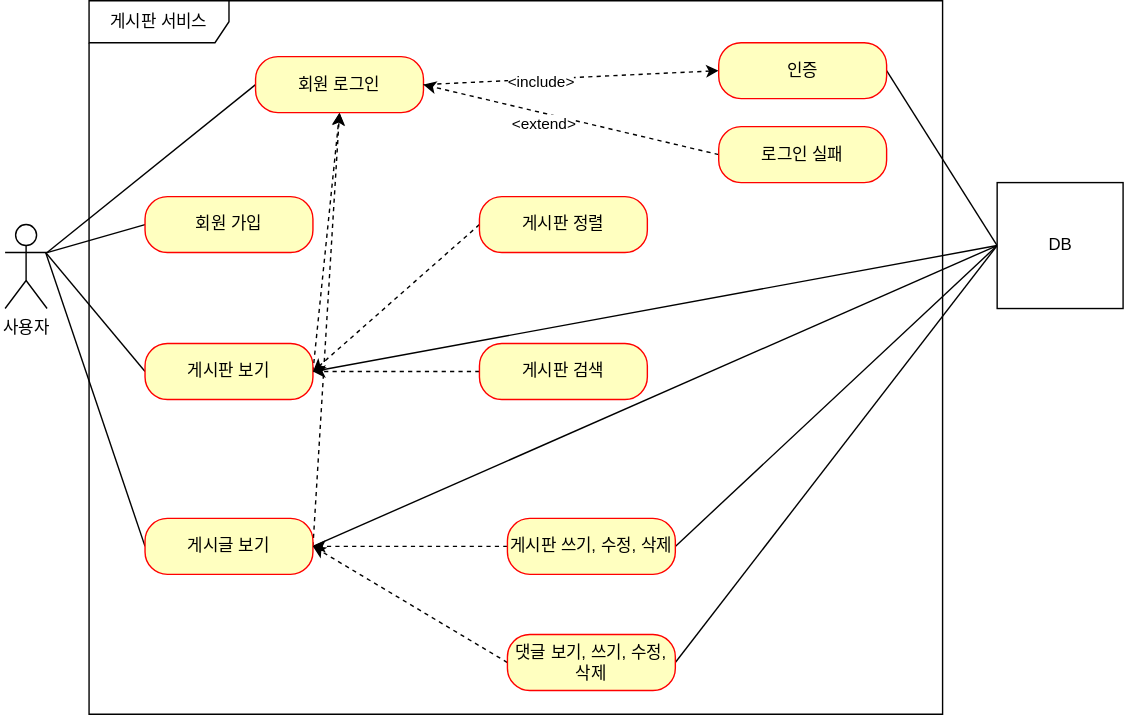
Earlier version of the draw.io export document/use-case.svg (Swacker3927/fastcampus-board-project). Source tidied: cells renumbered, new cells last; positions are measured from the earlier drawing's top-left corner, leaving out a move shared by most shapes.
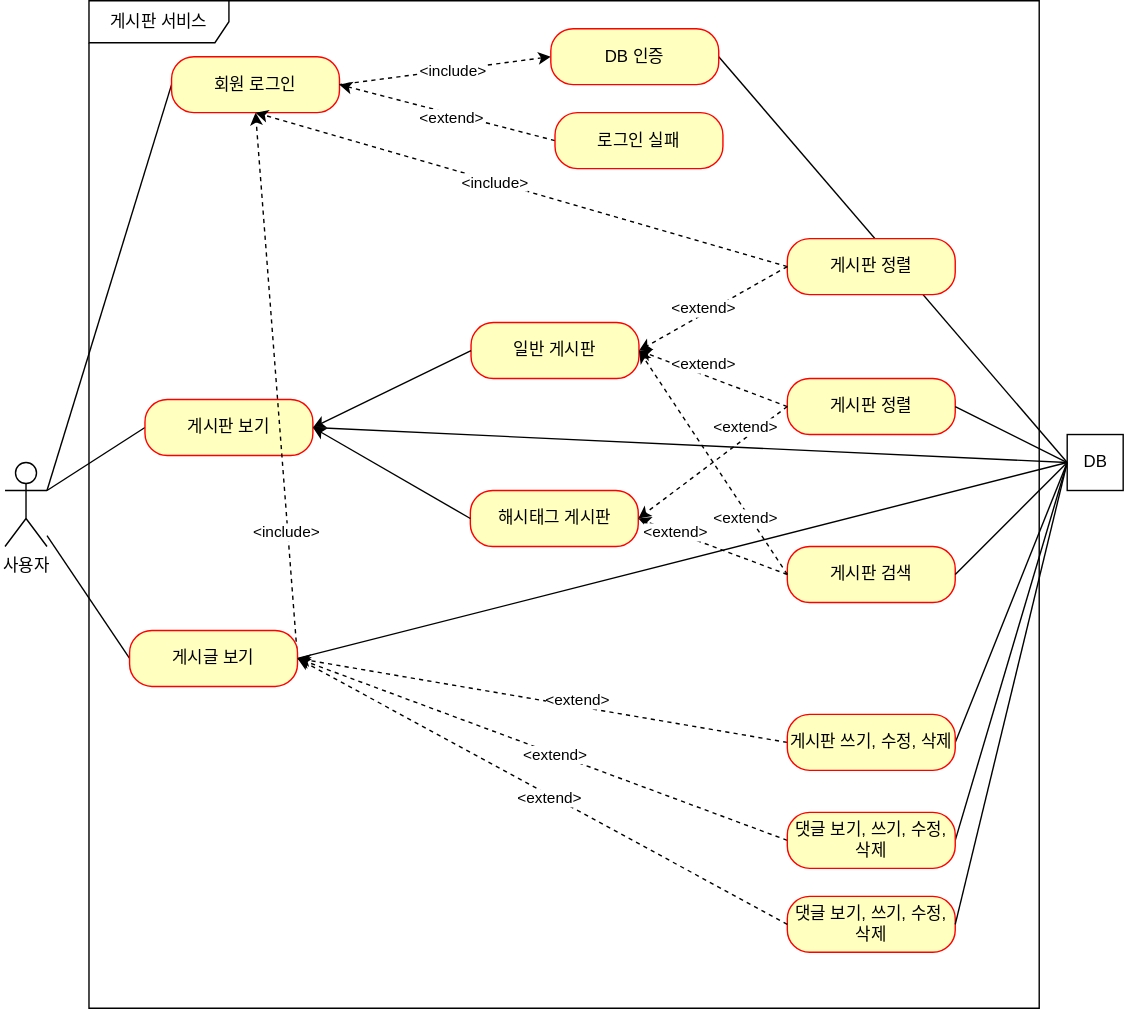
After the commit.

Commit message:
#36 - use-case.svg: 현재 서비스 상황에 맞춰 업데이트

The edit, as a diff of the source:
```diff
@@ -3,35 +3,22 @@
     <mxCell id="0" />
     <mxCell id="1" parent="0" />
     <mxCell id="2" value="사용자" style="shape=umlActor;verticalLabelPosition=bottom;verticalAlign=top;html=1;" parent="1" vertex="1">
-      <mxGeometry y="160" width="30" height="60" as="geometry" />
+      <mxGeometry y="330" width="30" height="60" as="geometry" />
     </mxCell>
     <mxCell id="3" value="게시판 서비스" style="shape=umlFrame;whiteSpace=wrap;html=1;width=100;height=30;" parent="1" vertex="1">
-      <mxGeometry x="60" width="610" height="510" as="geometry" />
+      <mxGeometry x="60" width="679" height="720" as="geometry" />
     </mxCell>
-    <mxCell id="4" style="rounded=0;jettySize=auto;html=1;exitX=0;exitY=0.5;exitDx=0;exitDy=0;entryX=1;entryY=0.3333333333333333;entryDx=0;entryDy=0;entryPerimeter=0;startArrow=none;startFill=0;endArrow=none;endFill=0;" parent="1" edge="1" source="5" target="2">
-      <mxGeometry relative="1" as="geometry" />
-    </mxCell>
-    <mxCell id="5" value="회원 가입" style="rounded=1;whiteSpace=wrap;html=1;arcSize=40;fontColor=#000000;fillColor=#ffffc0;strokeColor=#ff0000;" parent="1" vertex="1">
-      <mxGeometry x="100" y="140" width="120" height="40" as="geometry" />
-    </mxCell>
-    <mxCell id="6" style="edgeStyle=none;rounded=0;jettySize=auto;html=1;exitX=0;exitY=0.5;exitDx=0;exitDy=0;startArrow=none;startFill=0;endArrow=none;endFill=0;" parent="1" edge="1" source="9">
-      <mxGeometry relative="1" as="geometry">
-        <mxPoint x="29" y="180" as="targetPoint" />
-      </mxGeometry>
+    <mxCell id="6" style="edgeStyle=none;rounded=0;jettySize=auto;html=1;exitX=0;exitY=0.5;exitDx=0;exitDy=0;startArrow=none;startFill=0;endArrow=none;endFill=0;entryX=1;entryY=0.3333333333333333;entryDx=0;entryDy=0;entryPerimeter=0;" parent="1" edge="1" source="9" target="2">
+      <mxGeometry relative="1" as="geometry" />
     </mxCell>
-    <mxCell id="7" style="edgeStyle=none;rounded=0;jettySize=auto;html=1;exitX=1;exitY=0.5;exitDx=0;exitDy=0;entryX=0.5;entryY=1;entryDx=0;entryDy=0;dashed=1;startArrow=none;startFill=0;endArrow=classic;endFill=1;" parent="1" edge="1" source="9" target="15">
-      <mxGeometry relative="1" as="geometry" />
-    </mxCell>
     <mxCell id="8" style="edgeStyle=none;rounded=0;jettySize=auto;html=1;exitX=1;exitY=0.5;exitDx=0;exitDy=0;entryX=0;entryY=0.5;entryDx=0;entryDy=0;endArrow=none;endFill=0;" parent="1" edge="1" source="9" target="33">
       <mxGeometry relative="1" as="geometry" />
     </mxCell>
     <mxCell id="9" value="게시판 보기" style="rounded=1;whiteSpace=wrap;html=1;arcSize=40;fontColor=#000000;fillColor=#ffffc0;strokeColor=#ff0000;" parent="1" vertex="1">
-      <mxGeometry x="100" y="245" width="120" height="40" as="geometry" />
+      <mxGeometry x="100" y="285" width="120" height="40" as="geometry" />
     </mxCell>
-    <mxCell id="10" style="edgeStyle=none;rounded=0;jettySize=auto;html=1;exitX=0;exitY=0.5;exitDx=0;exitDy=0;startArrow=none;startFill=0;endArrow=none;endFill=0;" parent="1" edge="1" source="13">
-      <mxGeometry relative="1" as="geometry">
-        <mxPoint x="29" y="180" as="targetPoint" />
-      </mxGeometry>
+    <mxCell id="10" style="edgeStyle=none;rounded=0;jettySize=auto;html=1;exitX=0;exitY=0.5;exitDx=0;exitDy=0;startArrow=none;startFill=0;endArrow=none;endFill=0;" parent="1" edge="1" source="13" target="2">
+      <mxGeometry relative="1" as="geometry" />
     </mxCell>
     <mxCell id="11" style="edgeStyle=none;rounded=0;jettySize=auto;html=1;exitX=1;exitY=0.5;exitDx=0;exitDy=0;dashed=1;startArrow=none;startFill=0;endArrow=classic;endFill=1;entryX=0.5;entryY=1;entryDx=0;entryDy=0;" parent="1" edge="1" source="13" target="15">
       <mxGeometry relative="1" as="geometry" />
@@ -40,50 +27,44 @@
       <mxGeometry relative="1" as="geometry" />
     </mxCell>
     <mxCell id="13" value="게시글 보기" style="rounded=1;whiteSpace=wrap;html=1;arcSize=40;fontColor=#000000;fillColor=#ffffc0;strokeColor=#ff0000;" parent="1" vertex="1">
-      <mxGeometry x="100" y="370" width="120" height="40" as="geometry" />
+      <mxGeometry x="89" y="450" width="120" height="40" as="geometry" />
     </mxCell>
     <mxCell id="14" style="edgeStyle=none;rounded=0;jettySize=auto;html=1;exitX=0;exitY=0.5;exitDx=0;exitDy=0;startArrow=none;startFill=0;endArrow=none;endFill=0;entryX=1;entryY=0.3333333333333333;entryDx=0;entryDy=0;entryPerimeter=0;" parent="1" edge="1" source="15" target="2">
       <mxGeometry relative="1" as="geometry" />
     </mxCell>
     <mxCell id="15" value="회원 로그인" style="rounded=1;whiteSpace=wrap;html=1;arcSize=40;fontColor=#000000;fillColor=#ffffc0;strokeColor=#ff0000;" parent="1" vertex="1">
-      <mxGeometry x="179" y="40" width="120" height="40" as="geometry" />
+      <mxGeometry x="119" y="40" width="120" height="40" as="geometry" />
     </mxCell>
     <mxCell id="16" style="edgeStyle=none;rounded=0;jettySize=auto;html=1;exitX=0;exitY=0.5;exitDx=0;exitDy=0;entryX=1;entryY=0.5;entryDx=0;entryDy=0;startArrow=classic;startFill=1;endArrow=none;endFill=0;dashed=1;" parent="1" edge="1" source="19" target="15">
       <mxGeometry relative="1" as="geometry" />
     </mxCell>
     <mxCell id="17" value="&amp;lt;include&amp;gt;" style="edgeLabel;html=1;align=center;verticalAlign=middle;" parent="16" vertex="1">
       <mxGeometry x="0.47" y="2" relative="1" as="geometry">
-        <mxPoint x="28" y="-2" as="offset" />
+        <mxPoint x="40" y="-7" as="offset" />
       </mxGeometry>
     </mxCell>
     <mxCell id="18" style="rounded=0;jettySize=auto;html=1;exitX=1;exitY=0.5;exitDx=0;exitDy=0;entryX=0;entryY=0.5;entryDx=0;entryDy=0;endArrow=none;endFill=0;" parent="1" edge="1" source="19" target="33">
       <mxGeometry relative="1" as="geometry" />
     </mxCell>
-    <mxCell id="19" value="인증" style="rounded=1;whiteSpace=wrap;html=1;arcSize=40;fontColor=#000000;fillColor=#ffffc0;strokeColor=#ff0000;" parent="1" vertex="1">
-      <mxGeometry x="510" y="30" width="120" height="40" as="geometry" />
+    <mxCell id="19" value="DB 인증" style="rounded=1;whiteSpace=wrap;html=1;arcSize=40;fontColor=#000000;fillColor=#ffffc0;strokeColor=#ff0000;" parent="1" vertex="1">
+      <mxGeometry x="390" y="20" width="120" height="40" as="geometry" />
     </mxCell>
     <mxCell id="20" style="edgeStyle=none;rounded=0;jettySize=auto;html=1;exitX=0;exitY=0.5;exitDx=0;exitDy=0;startArrow=none;startFill=0;endArrow=classic;endFill=1;entryX=1;entryY=0.5;entryDx=0;entryDy=0;dashed=1;" parent="1" edge="1" source="22" target="15">
       <mxGeometry relative="1" as="geometry" />
     </mxCell>
     <mxCell id="21" value="&amp;lt;extend&amp;gt;" style="edgeLabel;html=1;align=center;verticalAlign=middle;" parent="20" vertex="1">
       <mxGeometry x="0.26" y="2" relative="1" as="geometry">
-        <mxPoint x="7" y="7" as="offset" />
+        <mxPoint x="23" y="7" as="offset" />
       </mxGeometry>
     </mxCell>
     <mxCell id="22" value="로그인 실패" style="rounded=1;whiteSpace=wrap;html=1;arcSize=40;fontColor=#000000;fillColor=#ffffc0;strokeColor=#ff0000;" parent="1" vertex="1">
-      <mxGeometry x="510" y="90" width="120" height="40" as="geometry" />
+      <mxGeometry x="393" y="80" width="120" height="40" as="geometry" />
     </mxCell>
-    <mxCell id="23" style="edgeStyle=none;rounded=0;jettySize=auto;html=1;exitX=0;exitY=0.5;exitDx=0;exitDy=0;entryX=1;entryY=0.5;entryDx=0;entryDy=0;dashed=1;startArrow=none;startFill=0;endArrow=classic;endFill=1;" parent="1" edge="1" source="24" target="9">
-      <mxGeometry relative="1" as="geometry" />
-    </mxCell>
     <mxCell id="24" value="게시판 정렬" style="rounded=1;whiteSpace=wrap;html=1;arcSize=40;fontColor=#000000;fillColor=#ffffc0;strokeColor=#ff0000;" parent="1" vertex="1">
-      <mxGeometry x="339" y="140" width="120" height="40" as="geometry" />
+      <mxGeometry x="559" y="270" width="120" height="40" as="geometry" />
     </mxCell>
-    <mxCell id="25" style="edgeStyle=none;rounded=0;jettySize=auto;html=1;exitX=0;exitY=0.5;exitDx=0;exitDy=0;dashed=1;startArrow=none;startFill=0;endArrow=classic;endFill=1;entryX=1;entryY=0.5;entryDx=0;entryDy=0;" parent="1" edge="1" source="26" target="9">
-      <mxGeometry relative="1" as="geometry" />
-    </mxCell>
     <mxCell id="26" value="게시판 검색" style="rounded=1;whiteSpace=wrap;html=1;arcSize=40;fontColor=#000000;fillColor=#ffffc0;strokeColor=#ff0000;" parent="1" vertex="1">
-      <mxGeometry x="339" y="245" width="120" height="40" as="geometry" />
+      <mxGeometry x="559" y="390" width="120" height="40" as="geometry" />
     </mxCell>
     <mxCell id="27" style="edgeStyle=none;rounded=0;jettySize=auto;html=1;exitX=0;exitY=0.5;exitDx=0;exitDy=0;entryX=1;entryY=0.5;entryDx=0;entryDy=0;dashed=1;startArrow=none;startFill=0;endArrow=classic;endFill=1;" parent="1" edge="1" source="29" target="13">
       <mxGeometry relative="1" as="geometry" />
@@ -92,7 +73,7 @@
       <mxGeometry relative="1" as="geometry" />
     </mxCell>
     <mxCell id="29" value="게시판 쓰기, 수정, 삭제" style="rounded=1;whiteSpace=wrap;html=1;arcSize=40;fontColor=#000000;fillColor=#ffffc0;strokeColor=#ff0000;" parent="1" vertex="1">
-      <mxGeometry x="359" y="370" width="120" height="40" as="geometry" />
+      <mxGeometry x="559" y="510" width="120" height="40" as="geometry" />
     </mxCell>
     <mxCell id="30" style="edgeStyle=none;rounded=0;jettySize=auto;html=1;exitX=0;exitY=0.5;exitDx=0;exitDy=0;entryX=1;entryY=0.5;entryDx=0;entryDy=0;dashed=1;startArrow=none;startFill=0;endArrow=classic;endFill=1;" parent="1" edge="1" source="32" target="13">
       <mxGeometry relative="1" as="geometry" />
@@ -101,10 +82,92 @@
       <mxGeometry relative="1" as="geometry" />
     </mxCell>
     <mxCell id="32" value="댓글 보기, 쓰기, 수정, 삭제" style="rounded=1;whiteSpace=wrap;html=1;arcSize=40;fontColor=#000000;fillColor=#ffffc0;strokeColor=#ff0000;" parent="1" vertex="1">
-      <mxGeometry x="359" y="453" width="120" height="40" as="geometry" />
+      <mxGeometry x="559" y="580" width="120" height="40" as="geometry" />
     </mxCell>
     <mxCell id="33" value="DB" style="html=1;" parent="1" vertex="1">
-      <mxGeometry x="709" y="130" width="90" height="90" as="geometry" />
+      <mxGeometry x="759" y="310" width="40" height="40" as="geometry" />
     </mxCell>
+    <mxCell id="34" value="&amp;lt;include&amp;gt;" style="edgeLabel;html=1;align=center;verticalAlign=middle;" parent="1" vertex="1">
+      <mxGeometry x="239" y="420" as="geometry">
+        <mxPoint x="-38" y="-41" as="offset" />
+      </mxGeometry>
+    </mxCell>
+    <mxCell id="35" style="endArrow=none;html=1;rounded=0;entryX=0;entryY=0.5;entryDx=0;entryDy=0;exitX=1;exitY=0.5;exitDx=0;exitDy=0;" parent="1" edge="1" source="24" target="33">
+      <mxGeometry relative="1" as="geometry" />
+    </mxCell>
+    <mxCell id="36" style="endArrow=none;html=1;rounded=0;entryX=0;entryY=0.5;entryDx=0;entryDy=0;exitX=1;exitY=0.5;exitDx=0;exitDy=0;" parent="1" edge="1" source="26" target="33">
+      <mxGeometry relative="1" as="geometry" />
+    </mxCell>
+    <mxCell id="37" value="일반&amp;nbsp;게시판" style="rounded=1;whiteSpace=wrap;html=1;arcSize=40;fontColor=#000000;fillColor=#ffffc0;strokeColor=#ff0000;" parent="1" vertex="1">
+      <mxGeometry x="333" y="230" width="120" height="40" as="geometry" />
+    </mxCell>
+    <mxCell id="38" value="해시태그 게시판" style="rounded=1;whiteSpace=wrap;html=1;arcSize=40;fontColor=#000000;fillColor=#ffffc0;strokeColor=#ff0000;" parent="1" vertex="1">
+      <mxGeometry x="332.5" y="350" width="120" height="40" as="geometry" />
+    </mxCell>
+    <mxCell id="39" style="endArrow=classic;html=1;rounded=0;entryX=1;entryY=0.5;entryDx=0;entryDy=0;exitX=0;exitY=0.5;exitDx=0;exitDy=0;" parent="1" edge="1" source="37" target="9">
+      <mxGeometry relative="1" as="geometry" />
+    </mxCell>
+    <mxCell id="40" style="endArrow=classic;html=1;rounded=0;entryX=1;entryY=0.5;entryDx=0;entryDy=0;exitX=0;exitY=0.5;exitDx=0;exitDy=0;" parent="1" edge="1" source="38" target="9">
+      <mxGeometry relative="1" as="geometry" />
+    </mxCell>
+    <mxCell id="41" value="&amp;lt;extend&amp;gt;" style="edgeLabel;html=1;align=center;verticalAlign=middle;" parent="1" vertex="1">
+      <mxGeometry x="409" y="500" as="geometry" />
+    </mxCell>
+    <mxCell id="42" value="&amp;lt;extend&amp;gt;" style="edgeLabel;html=1;align=center;verticalAlign=middle;" parent="1" vertex="1">
+      <mxGeometry x="338.7" y="103.8" as="geometry">
+        <mxPoint x="54" y="435" as="offset" />
+      </mxGeometry>
+    </mxCell>
+    <mxCell id="43" style="endArrow=classic;html=1;rounded=0;dashed=1;exitX=0;exitY=0.5;exitDx=0;exitDy=0;entryX=1;entryY=0.5;entryDx=0;entryDy=0;" parent="1" edge="1" source="24" target="37">
+      <mxGeometry relative="1" as="geometry" />
+    </mxCell>
+    <mxCell id="44" value="&amp;lt;extend&amp;gt;" style="edgeLabel;html=1;align=center;verticalAlign=middle;" parent="1" vertex="1">
+      <mxGeometry x="499" y="260" as="geometry" />
+    </mxCell>
+    <mxCell id="45" style="endArrow=classic;html=1;rounded=0;dashed=1;exitX=0;exitY=0.5;exitDx=0;exitDy=0;entryX=1;entryY=0.5;entryDx=0;entryDy=0;" parent="1" edge="1" source="24" target="38">
+      <mxGeometry relative="1" as="geometry" />
+    </mxCell>
+    <mxCell id="46" value="&amp;lt;extend&amp;gt;" style="edgeLabel;html=1;align=center;verticalAlign=middle;" parent="1" vertex="1">
+      <mxGeometry x="529" y="305" as="geometry" />
+    </mxCell>
+    <mxCell id="47" style="endArrow=classic;html=1;rounded=0;dashed=1;exitX=0;exitY=0.5;exitDx=0;exitDy=0;entryX=1;entryY=0.5;entryDx=0;entryDy=0;" parent="1" edge="1" source="26" target="37">
+      <mxGeometry relative="1" as="geometry" />
+    </mxCell>
+    <mxCell id="48" value="&amp;lt;extend&amp;gt;" style="edgeLabel;html=1;align=center;verticalAlign=middle;" parent="1" vertex="1">
+      <mxGeometry x="529" y="370" as="geometry" />
+    </mxCell>
+    <mxCell id="49" style="endArrow=classic;html=1;rounded=0;dashed=1;exitX=0;exitY=0.5;exitDx=0;exitDy=0;entryX=1;entryY=0.5;entryDx=0;entryDy=0;" parent="1" edge="1" source="26" target="38">
+      <mxGeometry relative="1" as="geometry" />
+    </mxCell>
+    <mxCell id="50" value="&amp;lt;extend&amp;gt;" style="edgeLabel;html=1;align=center;verticalAlign=middle;" parent="1" vertex="1">
+      <mxGeometry x="479" y="380" as="geometry" />
+    </mxCell>
+    <mxCell id="51" value="게시판 정렬" style="rounded=1;whiteSpace=wrap;html=1;arcSize=40;fontColor=#000000;fillColor=#ffffc0;strokeColor=#ff0000;" parent="1" vertex="1">
+      <mxGeometry x="559" y="170" width="120" height="40" as="geometry" />
+    </mxCell>
+    <mxCell id="52" style="endArrow=classic;html=1;rounded=0;dashed=1;exitX=0;exitY=0.5;exitDx=0;exitDy=0;entryX=1;entryY=0.5;entryDx=0;entryDy=0;" parent="1" edge="1" source="51" target="37">
+      <mxGeometry relative="1" as="geometry" />
+    </mxCell>
+    <mxCell id="53" style="endArrow=classic;html=1;rounded=0;dashed=1;exitX=0;exitY=0.5;exitDx=0;exitDy=0;entryX=0.5;entryY=1;entryDx=0;entryDy=0;" parent="1" edge="1" source="51" target="15">
+      <mxGeometry relative="1" as="geometry" />
+    </mxCell>
+    <mxCell id="54" value="&amp;lt;include&amp;gt;" style="edgeLabel;html=1;align=center;verticalAlign=middle;" parent="1" vertex="1">
+      <mxGeometry x="349" y="130" as="geometry" />
+    </mxCell>
+    <mxCell id="55" value="&amp;lt;extend&amp;gt;" style="edgeLabel;html=1;align=center;verticalAlign=middle;" parent="1" vertex="1">
+      <mxGeometry x="499" y="220" as="geometry" />
+    </mxCell>
+    <mxCell id="56" value="댓글 보기, 쓰기, 수정, 삭제" style="rounded=1;whiteSpace=wrap;html=1;arcSize=40;fontColor=#000000;fillColor=#ffffc0;strokeColor=#ff0000;" parent="1" vertex="1">
+      <mxGeometry x="559" y="640" width="120" height="40" as="geometry" />
+    </mxCell>
+    <mxCell id="57" style="endArrow=none;html=1;rounded=0;entryX=0;entryY=0.5;entryDx=0;entryDy=0;exitX=1;exitY=0.5;exitDx=0;exitDy=0;" parent="1" edge="1" source="56" target="33">
+      <mxGeometry relative="1" as="geometry" />
+    </mxCell>
+    <mxCell id="58" style="endArrow=classic;html=1;rounded=0;dashed=1;entryX=1;entryY=0.5;entryDx=0;entryDy=0;exitX=0;exitY=0.5;exitDx=0;exitDy=0;" parent="1" edge="1" source="56" target="13">
+      <mxGeometry relative="1" as="geometry" />
+    </mxCell>
+    <mxCell id="59" value="&amp;lt;extend&amp;gt;" style="edgeLabel;html=1;align=center;verticalAlign=middle;" parent="1" vertex="1">
+      <mxGeometry x="389" y="570" as="geometry" />
+    </mxCell>
   </root>
 </mxGraphModel>
```
